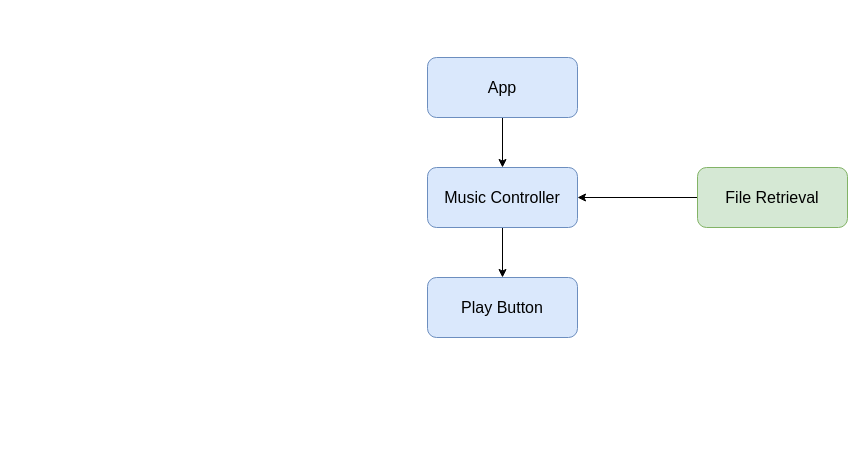
This is design/music-components.drawio from elatoskinas/music-desktop-app, a draw.io file, before an edit. Source tidied: cells renumbered, new cells numbered last; positions are measured from the earlier drawing's top-left corner, leaving out a move shared by most shapes. Both pictures are drawn from the tidied source at 100%, with x=0, y=0 at pixel (427, 57).
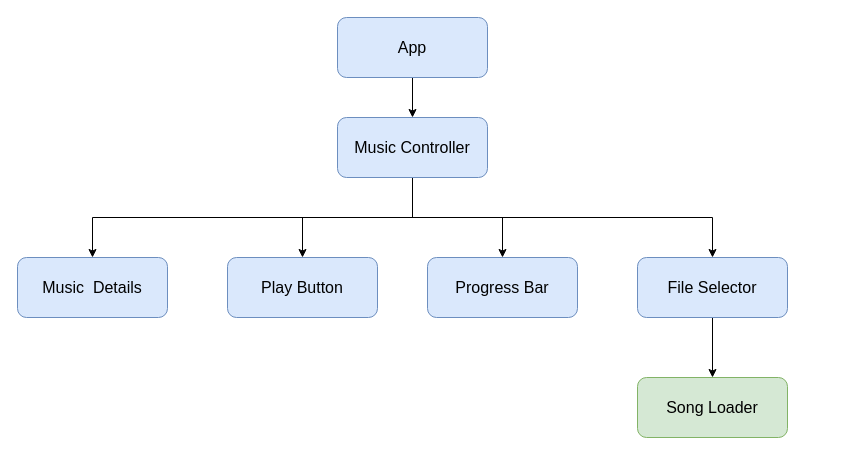
After the change.

Commit message (it also covers changes not shown here):
Further refactoring of sound player components [MusicProgress comp] (+ add diagram)

What changed in the source:
```diff
@@
 <mxGraphModel>
   <root>
     <mxCell id="0" />
     <mxCell id="1" parent="0" />
+    <mxCell id="9" style="edgeStyle=orthogonalEdgeStyle;rounded=0;jettySize=auto;html=1;exitX=0.5;exitY=1;exitDx=0;exitDy=0;entryX=0.5;entryY=0;entryDx=0;entryDy=0;fontSize=16;" parent="1" edge="1" source="3" target="12">
+      <mxGeometry relative="1" as="geometry" />
+    </mxCell>
-    <mxCell id="2" style="edgeStyle=orthogonalEdgeStyle;rounded=0;jettySize=auto;html=1;exitX=0.5;exitY=1;exitDx=0;exitDy=0;entryX=0.5;entryY=0;entryDx=0;entryDy=0;fontSize=16;" parent="1" edge="1" source="3" target="4">
+    <mxCell id="2" style="edgeStyle=orthogonalEdgeStyle;rounded=0;jettySize=auto;html=1;exitX=0.5;exitY=1;exitDx=0;exitDy=0;fontSize=16;" parent="1" edge="1" source="3" target="4">
       <mxGeometry relative="1" as="geometry" />
     </mxCell>
+    <mxCell id="10" style="edgeStyle=orthogonalEdgeStyle;rounded=0;jettySize=auto;html=1;exitX=0.5;exitY=1;exitDx=0;exitDy=0;fontSize=16;" parent="1" edge="1" source="3" target="14">
+      <mxGeometry relative="1" as="geometry" />
+    </mxCell>
+    <mxCell id="11" style="edgeStyle=orthogonalEdgeStyle;rounded=0;jettySize=auto;html=1;exitX=0.5;exitY=1;exitDx=0;exitDy=0;entryX=0.5;entryY=0;entryDx=0;entryDy=0;fontSize=16;" parent="1" edge="1" source="3" target="15">
+      <mxGeometry relative="1" as="geometry" />
+    </mxCell>
     <mxCell id="3" value="Music Controller" style="rounded=1;whiteSpace=wrap;html=1;fontSize=16;fillColor=#dae8fc;strokeColor=#6c8ebf;" parent="1" vertex="1">
-      <mxGeometry y="110" width="150" height="60" as="geometry" />
+      <mxGeometry x="-90" y="60" width="150" height="60" as="geometry" />
     </mxCell>
     <mxCell id="4" value="Play Button" style="rounded=1;whiteSpace=wrap;html=1;fontSize=16;fillColor=#dae8fc;strokeColor=#6c8ebf;" parent="1" vertex="1">
-      <mxGeometry y="220" width="150" height="60" as="geometry" />
+      <mxGeometry x="-200" y="200" width="150" height="60" as="geometry" />
     </mxCell>
     <mxCell id="5" style="edgeStyle=orthogonalEdgeStyle;rounded=0;jettySize=auto;html=1;entryX=0.5;entryY=0;entryDx=0;entryDy=0;fontSize=16;" parent="1" edge="1" source="6" target="3">
       <mxGeometry relative="1" as="geometry" />
     </mxCell>
     <mxCell id="6" value="App" style="rounded=1;whiteSpace=wrap;html=1;fontSize=16;fillColor=#dae8fc;strokeColor=#6c8ebf;" parent="1" vertex="1">
-      <mxGeometry width="150" height="60" as="geometry" />
+      <mxGeometry x="-90" y="-40" width="150" height="60" as="geometry" />
     </mxCell>
-    <mxCell id="7" style="edgeStyle=orthogonalEdgeStyle;rounded=0;jettySize=auto;html=1;entryX=1;entryY=0.5;entryDx=0;entryDy=0;fontSize=16;" parent="1" edge="1" source="8" target="3">
-      <mxGeometry relative="1" as="geometry" />
-    </mxCell>
-    <mxCell id="8" value="File Retrieval" style="rounded=1;whiteSpace=wrap;html=1;fontSize=16;fillColor=#d5e8d4;strokeColor=#82b366;" parent="1" vertex="1">
-      <mxGeometry x="270" y="110" width="150" height="60" as="geometry" />
+    <mxCell id="8" value="Song Loader" style="rounded=1;whiteSpace=wrap;html=1;fontSize=16;fillColor=#d5e8d4;strokeColor=#82b366;" parent="1" vertex="1">
+      <mxGeometry x="210" y="320" width="150" height="60" as="geometry" />
     </mxCell>
+    <mxCell id="12" value="Progress Bar" style="rounded=1;whiteSpace=wrap;html=1;fontSize=16;fillColor=#dae8fc;strokeColor=#6c8ebf;" parent="1" vertex="1">
+      <mxGeometry y="200" width="150" height="60" as="geometry" />
+    </mxCell>
+    <mxCell id="13" style="edgeStyle=orthogonalEdgeStyle;rounded=0;jettySize=auto;html=1;fontSize=16;" parent="1" edge="1" source="14" target="8">
+      <mxGeometry relative="1" as="geometry" />
+    </mxCell>
+    <mxCell id="14" value="File Selector" style="rounded=1;whiteSpace=wrap;html=1;fontSize=16;fillColor=#dae8fc;strokeColor=#6c8ebf;" parent="1" vertex="1">
+      <mxGeometry x="210" y="200" width="150" height="60" as="geometry" />
+    </mxCell>
+    <mxCell id="15" value="Music&amp;nbsp; Details" style="rounded=1;whiteSpace=wrap;html=1;fontSize=16;fillColor=#dae8fc;strokeColor=#6c8ebf;" parent="1" vertex="1">
+      <mxGeometry x="-410" y="200" width="150" height="60" as="geometry" />
+    </mxCell>
   </root>
 </mxGraphModel>
```
